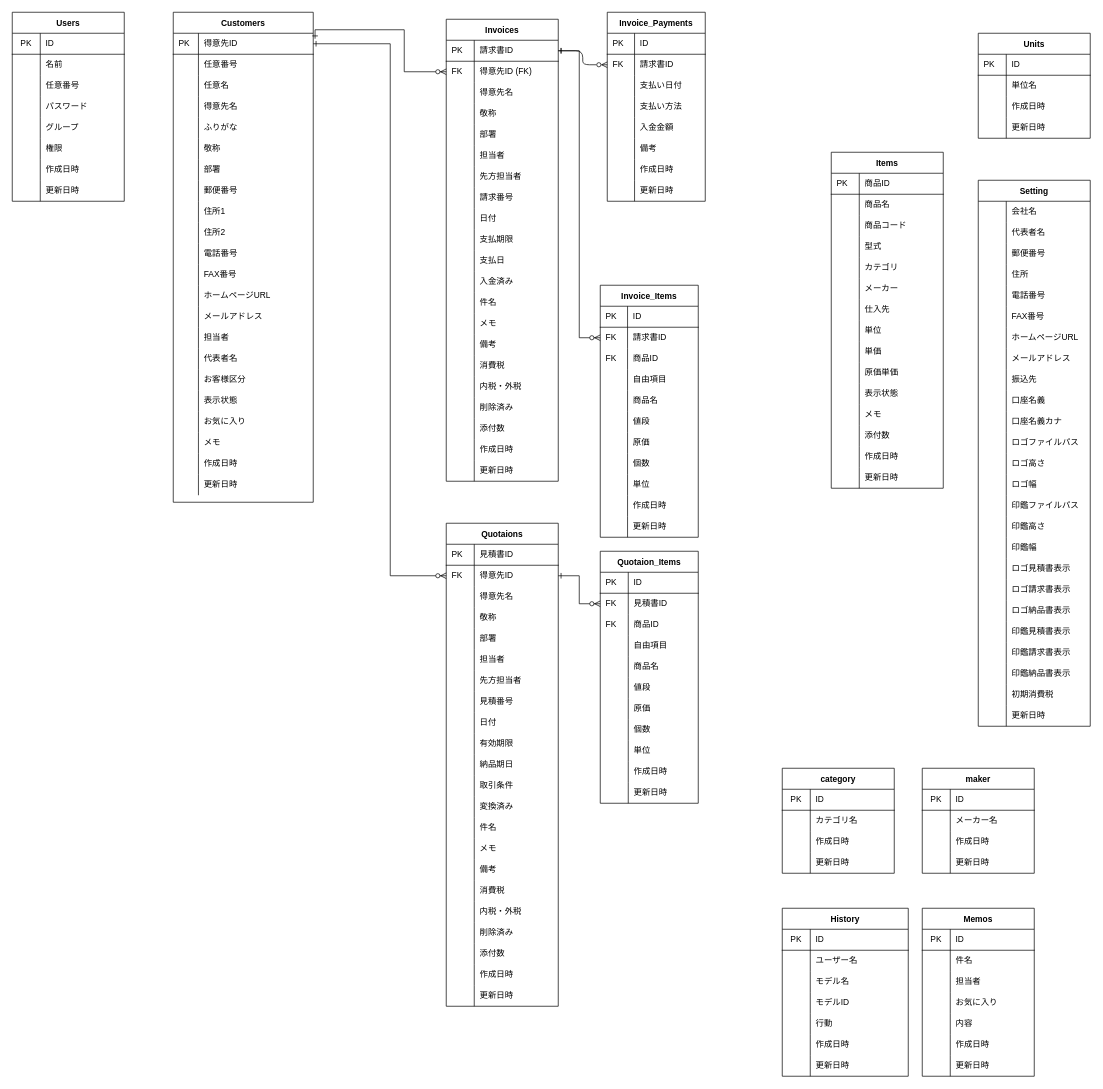
Above: soho_er.dio in gamasenninn/caddie-clone (draw.io), before the change. Source tidied: cells renumbered, new cells numbered last; positions are measured from the earlier drawing's top-left corner, leaving out a move shared by most shapes. Both pictures are drawn from the tidied source at 70%, with x=0, y=0 at pixel (12, 12).
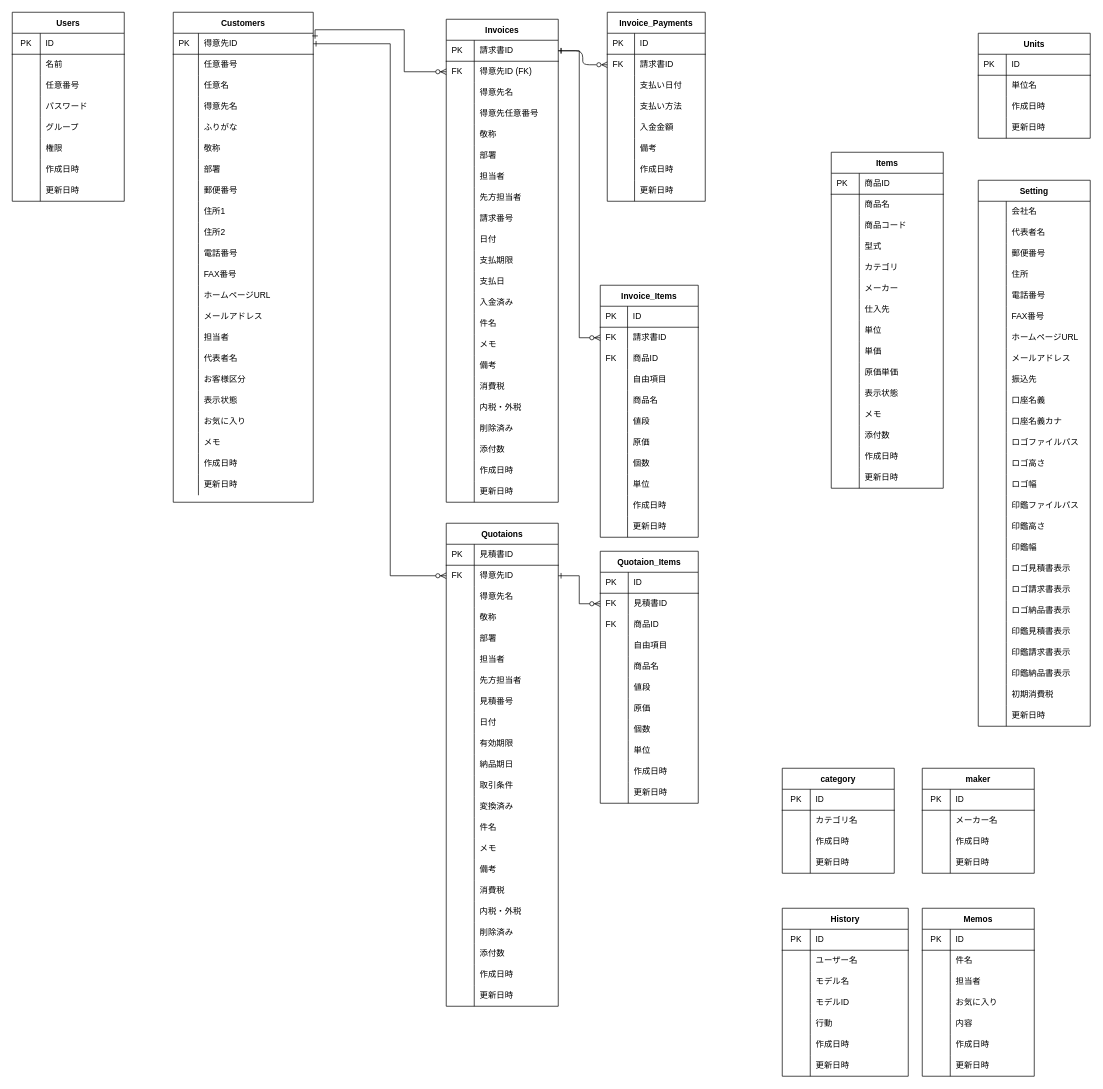
Above is the later version.

Diff of the diagram source:
```diff
@@
     <mxCell id="115" value="Invoices" style="shape=table;startSize=30;childLayout=tableLayout;rowLines=0;fontStyle=1;align=center;" parent="1" vertex="1">
-      <mxGeometry x="620" y="10" width="160" height="660" as="geometry" />
+      <mxGeometry x="620" y="10" width="160" height="690" as="geometry" />
     </mxCell>
@@
+    <mxCell id="528" style="shape=partialRectangle;html=1;whiteSpace=wrap;fillColor=none;top=0;left=0;bottom=0;right=0;" parent="115" vertex="1">
+      <mxGeometry y="120" width="160" height="30" as="geometry" />
+    </mxCell>
+    <mxCell id="529" style="shape=partialRectangle;html=1;whiteSpace=wrap;fillColor=none;top=0;left=0;bottom=0;right=0;align=left;spacingLeft=6;overflow=hidden;" parent="528" vertex="1">
+      <mxGeometry width="40" height="30" as="geometry" />
+    </mxCell>
+    <mxCell id="530" value="得意先任意番号" style="shape=partialRectangle;html=1;whiteSpace=wrap;fillColor=none;top=0;left=0;bottom=0;right=0;align=left;spacingLeft=6;overflow=hidden;" parent="528" vertex="1">
+      <mxGeometry x="40" width="120" height="30" as="geometry" />
+    </mxCell>
     <mxCell id="125" style="shape=partialRectangle;html=1;whiteSpace=wrap;fillColor=none;top=0;left=0;bottom=0;right=0;" parent="115" vertex="1">
-      <mxGeometry y="120" width="160" height="30" as="geometry" />
+      <mxGeometry y="150" width="160" height="30" as="geometry" />
     </mxCell>
@@
     <mxCell id="128" style="shape=partialRectangle;html=1;whiteSpace=wrap;fillColor=none;top=0;left=0;bottom=0;right=0;" parent="115" vertex="1">
-      <mxGeometry y="150" width="160" height="30" as="geometry" />
+      <mxGeometry y="180" width="160" height="30" as="geometry" />
     </mxCell>
@@
     <mxCell id="131" style="shape=partialRectangle;html=1;whiteSpace=wrap;fillColor=none;top=0;left=0;bottom=0;right=0;" parent="115" vertex="1">
-      <mxGeometry y="180" width="160" height="30" as="geometry" />
+      <mxGeometry y="210" width="160" height="30" as="geometry" />
     </mxCell>
@@
     <mxCell id="134" style="shape=partialRectangle;html=1;whiteSpace=wrap;fillColor=none;top=0;left=0;bottom=0;right=0;" parent="115" vertex="1">
-      <mxGeometry y="210" width="160" height="30" as="geometry" />
+      <mxGeometry y="240" width="160" height="30" as="geometry" />
     </mxCell>
@@
     <mxCell id="137" style="shape=partialRectangle;html=1;whiteSpace=wrap;fillColor=none;top=0;left=0;bottom=0;right=0;" parent="115" vertex="1">
-      <mxGeometry y="240" width="160" height="30" as="geometry" />
+      <mxGeometry y="270" width="160" height="30" as="geometry" />
     </mxCell>
@@
     <mxCell id="140" style="shape=partialRectangle;html=1;whiteSpace=wrap;fillColor=none;top=0;left=0;bottom=0;right=0;" parent="115" vertex="1">
-      <mxGeometry y="270" width="160" height="30" as="geometry" />
+      <mxGeometry y="300" width="160" height="30" as="geometry" />
     </mxCell>
@@
     <mxCell id="143" style="shape=partialRectangle;html=1;whiteSpace=wrap;fillColor=none;top=0;left=0;bottom=0;right=0;" parent="115" vertex="1">
-      <mxGeometry y="300" width="160" height="30" as="geometry" />
+      <mxGeometry y="330" width="160" height="30" as="geometry" />
     </mxCell>
@@
     <mxCell id="146" style="shape=partialRectangle;html=1;whiteSpace=wrap;fillColor=none;top=0;left=0;bottom=0;right=0;" parent="115" vertex="1">
-      <mxGeometry y="330" width="160" height="30" as="geometry" />
+      <mxGeometry y="360" width="160" height="30" as="geometry" />
     </mxCell>
@@
     <mxCell id="149" style="shape=partialRectangle;html=1;whiteSpace=wrap;fillColor=none;top=0;left=0;bottom=0;right=0;" parent="115" vertex="1">
-      <mxGeometry y="360" width="160" height="30" as="geometry" />
+      <mxGeometry y="390" width="160" height="30" as="geometry" />
     </mxCell>
@@
     <mxCell id="152" style="shape=partialRectangle;html=1;whiteSpace=wrap;fillColor=none;top=0;left=0;bottom=0;right=0;" parent="115" vertex="1">
-      <mxGeometry y="390" width="160" height="30" as="geometry" />
+      <mxGeometry y="420" width="160" height="30" as="geometry" />
     </mxCell>
@@
     <mxCell id="155" style="shape=partialRectangle;html=1;whiteSpace=wrap;fillColor=none;top=0;left=0;bottom=0;right=0;" parent="115" vertex="1">
-      <mxGeometry y="420" width="160" height="30" as="geometry" />
+      <mxGeometry y="450" width="160" height="30" as="geometry" />
     </mxCell>
@@
     <mxCell id="158" style="shape=partialRectangle;html=1;whiteSpace=wrap;fillColor=none;top=0;left=0;bottom=0;right=0;" parent="115" vertex="1">
-      <mxGeometry y="450" width="160" height="30" as="geometry" />
+      <mxGeometry y="480" width="160" height="30" as="geometry" />
     </mxCell>
@@
     <mxCell id="161" style="shape=partialRectangle;html=1;whiteSpace=wrap;fillColor=none;top=0;left=0;bottom=0;right=0;" parent="115" vertex="1">
-      <mxGeometry y="480" width="160" height="30" as="geometry" />
+      <mxGeometry y="510" width="160" height="30" as="geometry" />
     </mxCell>
@@
     <mxCell id="164" style="shape=partialRectangle;html=1;whiteSpace=wrap;fillColor=none;top=0;left=0;bottom=0;right=0;" parent="115" vertex="1">
-      <mxGeometry y="510" width="160" height="30" as="geometry" />
+      <mxGeometry y="540" width="160" height="30" as="geometry" />
     </mxCell>
@@
     <mxCell id="167" style="shape=partialRectangle;html=1;whiteSpace=wrap;fillColor=none;top=0;left=0;bottom=0;right=0;" parent="115" vertex="1">
-      <mxGeometry y="540" width="160" height="30" as="geometry" />
+      <mxGeometry y="570" width="160" height="30" as="geometry" />
     </mxCell>
@@
     <mxCell id="170" style="shape=partialRectangle;html=1;whiteSpace=wrap;fillColor=none;top=0;left=0;bottom=0;right=0;" parent="115" vertex="1">
-      <mxGeometry y="570" width="160" height="30" as="geometry" />
+      <mxGeometry y="600" width="160" height="30" as="geometry" />
     </mxCell>
@@
     <mxCell id="173" style="shape=partialRectangle;html=1;whiteSpace=wrap;fillColor=none;top=0;left=0;bottom=0;right=0;" parent="115" vertex="1">
-      <mxGeometry y="600" width="160" height="30" as="geometry" />
+      <mxGeometry y="630" width="160" height="30" as="geometry" />
     </mxCell>
@@
     <mxCell id="176" style="shape=partialRectangle;html=1;whiteSpace=wrap;fillColor=none;top=0;left=0;bottom=0;right=0;" parent="115" vertex="1">
-      <mxGeometry y="630" width="160" height="30" as="geometry" />
+      <mxGeometry y="660" width="160" height="30" as="geometry" />
     </mxCell>
```
